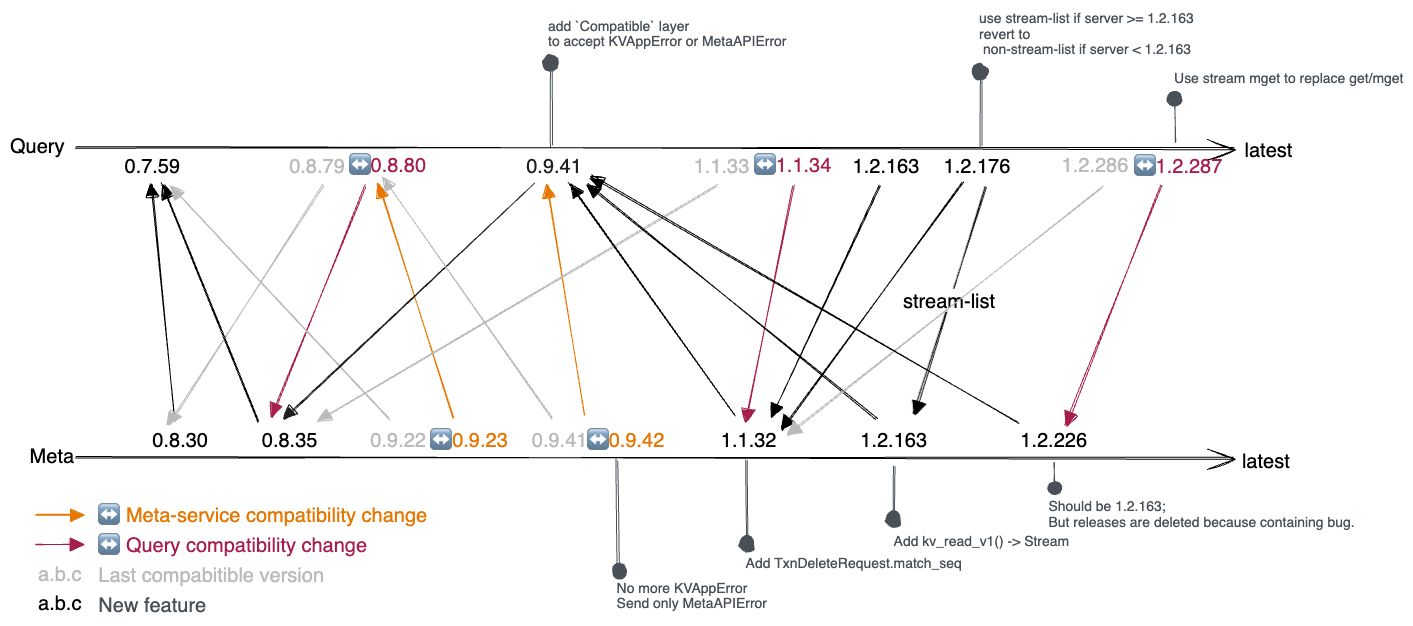
Before: docs/public/img/deploy/compatibility.excalidraw.png, a diagram exported from Excalidraw (databendlabs/databend-docs). Source tidied: one line per element, renumbered; positions are measured from the earlier drawing's top-left corner, leaving out a move shared by most shapes.
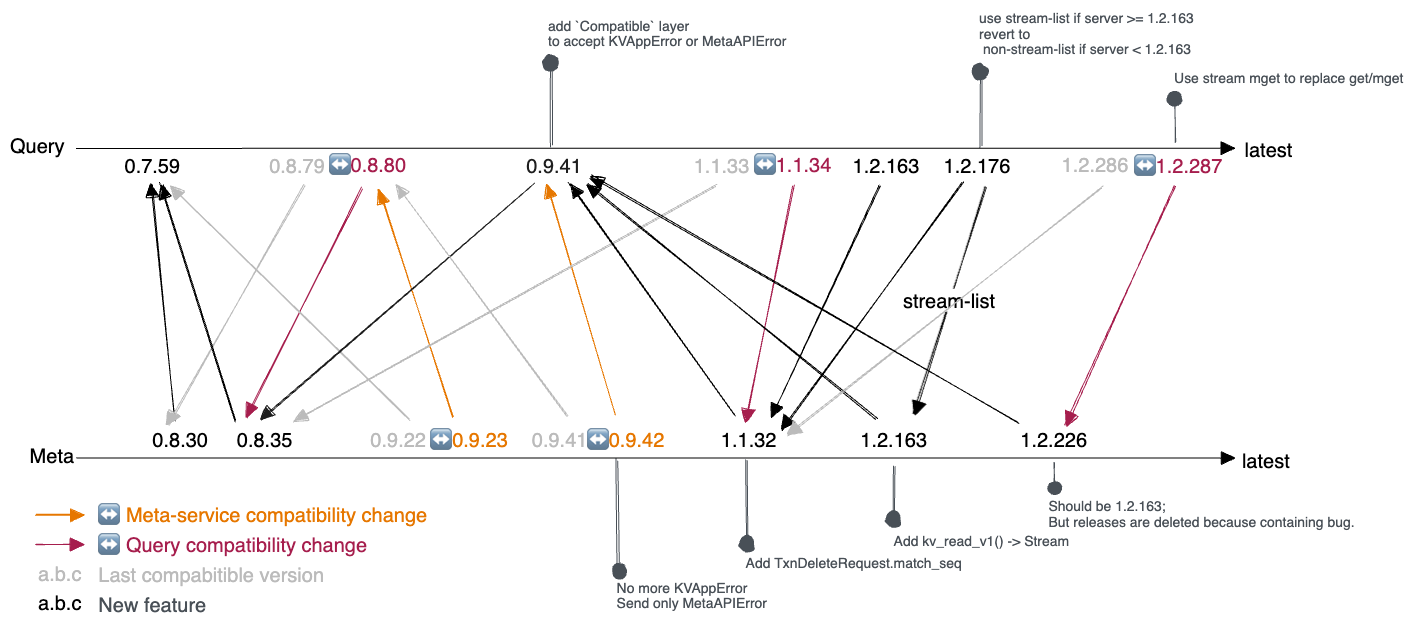
Later version of the same file.

Commit message:
feat: update compatibility for meta-query protocol

Diff of the diagram source:
```diff
@@ -1,20 +1,20 @@
-{"id": 0, "type": "arrow", "strokeColor": "#000000", "angle": 1.57, "strokeWidth": 1, "roughness": 1, "endArrowhead": "arrow", "round": true, "from": 3, "to": 11, "x": 646, "y": 1158, "width": 0, "height": 1158, "points": [[0, 0], [0, -1158]]}
+{"id": 0, "type": "arrow", "strokeColor": "#000000", "angle": 1.57, "strokeWidth": 1, "roughness": 0, "endArrowhead": "triangle", "round": true, "from": 3, "to": 11, "x": 646, "y": 1158, "width": 0, "height": 1158, "points": [[0, 0], [0, -1158]]}
-{"id": 1, "type": "arrow", "strokeColor": "#000000", "angle": 1.57, "strokeWidth": 1, "roughness": 1, "endArrowhead": "arrow", "round": true, "from": 2, "to": 10, "x": 646, "y": 1468, "width": 0, "height": 1158, "points": [[0, 0], [0, -1158]]}
+{"id": 1, "type": "arrow", "strokeColor": "#000000", "angle": 1.57, "strokeWidth": 1, "roughness": 0, "endArrowhead": "triangle", "round": true, "from": 2, "to": 10, "x": 646, "y": 1468, "width": 0, "height": 1158, "points": [[0, 0], [0, -1158]]}
 {"id": 2, "type": "text", "text": "Meta", "strokeColor": "#000000", "strokeWidth": 1, "roughness": 1, "fontSize": 20, "fontFamily": 2, "x": 20, "y": 875, "width": 44, "height": 23}
 {"id": 3, "type": "text", "text": "Query", "strokeColor": "#000000", "strokeWidth": 1, "roughness": 1, "fontSize": 20, "fontFamily": 2, "x": 0, "y": 565, "width": 54, "height": 23}
 {"id": 4, "type": "text", "text": "0.7.59", "strokeColor": "#000000", "strokeWidth": 1, "roughness": 1, "fontSize": 20, "fontFamily": 2, "x": 115, "y": 584, "width": 56, "height": 23}
 {"id": 5, "type": "text", "text": "0.8.30", "strokeColor": "#000000", "strokeWidth": 1, "roughness": 1, "fontSize": 20, "fontFamily": 2, "x": 142, "y": 859, "width": 56, "height": 23}
-{"id": 6, "type": "text", "text": "0.8.35", "strokeColor": "#000000", "strokeWidth": 1, "roughness": 1, "fontSize": 20, "fontFamily": 2, "x": 252, "y": 859, "width": 56, "height": 23}
+{"id": 6, "type": "text", "text": "0.8.35", "strokeColor": "#000000", "strokeWidth": 1, "roughness": 1, "fontSize": 20, "fontFamily": 2, "x": 227, "y": 859, "width": 56, "height": 23}
-{"id": 7, "type": "text", "text": "0.8.79", "strokeColor": "#bbb", "strokeWidth": 1, "roughness": 1, "fontSize": 20, "fontFamily": 2, "x": 279, "y": 584, "width": 56, "height": 23}
+{"id": 7, "type": "text", "text": "0.8.79", "strokeColor": "#bbb", "strokeWidth": 1, "roughness": 1, "fontSize": 20, "fontFamily": 2, "x": 259, "y": 584, "width": 56, "height": 23}
-{"id": 8, "type": "text", "text": "↔️0.8.80", "strokeColor": "#a61e4d", "strokeWidth": 1, "roughness": 1, "fontSize": 20, "fontFamily": 2, "x": 339, "y": 584, "width": 78, "height": 23}
+{"id": 8, "type": "text", "text": "↔️0.8.80", "strokeColor": "#a61e4d", "strokeWidth": 1, "roughness": 1, "fontSize": 20, "fontFamily": 2, "x": 319, "y": 584, "width": 78, "height": 23}
 {"id": 9, "type": "text", "text": "0.9.41", "strokeColor": "#1e1e1e", "strokeWidth": 1, "roughness": 1, "fontSize": 20, "fontFamily": 2, "x": 516, "y": 584, "width": 56, "height": 23}
 {"id": 10, "type": "text", "text": "latest", "strokeColor": "#000000", "strokeWidth": 1, "roughness": 1, "fontSize": 20, "fontFamily": 2, "x": 1232, "y": 879, "width": 48, "height": 23}
 {"id": 11, "type": "text", "text": "latest", "strokeColor": "#000000", "strokeWidth": 1, "roughness": 1, "fontSize": 20, "fontFamily": 2, "x": 1235, "y": 569, "width": 48, "height": 23}
 {"id": 12, "type": "arrow", "strokeColor": "#000000", "angle": 1.57, "strokeWidth": 1, "roughness": 1, "endArrowhead": "triangle", "round": true, "from": 5, "to": 4, "x": 271, "y": 721, "width": 236, "height": 23, "points": [[0, 0], [-236, 23]]}
-{"id": 13, "type": "arrow", "strokeColor": "#bbb", "angle": 1.57, "strokeWidth": 1, "roughness": 1, "endArrowhead": "triangle", "round": true, "from": 7, "to": 5, "x": 117, "y": 659, "width": 240, "height": 153, "points": [[0, 0], [240, 153]]}
+{"id": 13, "type": "arrow", "strokeColor": "#bbb", "angle": 1.57, "strokeWidth": 1, "roughness": 1, "endArrowhead": "triangle", "round": true, "from": 7, "to": 5, "x": 107, "y": 668, "width": 240, "height": 134, "points": [[0, 0], [240, 134]]}
-{"id": 14, "type": "arrow", "strokeColor": "#e67700", "angle": 1.57, "strokeWidth": 1, "roughness": 1, "endArrowhead": "triangle", "round": true, "from": 17, "to": 8, "x": 522, "y": 694, "width": 233, "height": 74, "points": [[0, 0], [-233, 74]]}
+{"id": 14, "type": "arrow", "strokeColor": "#e67700", "angle": 1.57, "strokeWidth": 1, "roughness": 1, "endArrowhead": "triangle", "round": true, "from": 17, "to": 8, "x": 519, "y": 697, "width": 226, "height": 73, "points": [[0, 0], [-226, 73]]}
-{"id": 15, "type": "arrow", "strokeColor": "#a61e4d", "angle": 1.57, "strokeWidth": 1, "roughness": 1, "endArrowhead": "triangle", "round": true, "from": 8, "to": 6, "x": 192, "y": 685, "width": 233, "height": 94, "points": [[0, 0], [233, 94]]}
+{"id": 15, "type": "arrow", "strokeColor": "#a61e4d", "angle": 1.57, "strokeWidth": 1, "roughness": 1, "endArrowhead": "triangle", "round": true, "from": 8, "to": 6, "x": 179, "y": 676, "width": 230, "height": 115, "points": [[0, 0], [230, 115]]}
-{"id": 16, "type": "arrow", "strokeColor": "#000000", "angle": 1.57, "strokeWidth": 1, "roughness": 1, "endArrowhead": "triangle", "round": true, "from": 6, "to": 4, "x": 320, "y": 684, "width": 239, "height": 97, "points": [[0, 0], [-239, 97]]}
+{"id": 16, "type": "arrow", "strokeColor": "#000000", "angle": 1.57, "strokeWidth": 1, "roughness": 1, "endArrowhead": "triangle", "round": true, "from": 6, "to": 4, "x": 307, "y": 694, "width": 239, "height": 76, "points": [[0, 0], [-239, 76]]}
 {"id": 17, "type": "text", "text": "↔️0.9.23", "strokeColor": "#e67700", "strokeWidth": 1, "roughness": 1, "fontSize": 20, "fontFamily": 2, "x": 420, "y": 859, "width": 78, "height": 23}
 {"id": 18, "type": "text", "text": "0.9.41", "strokeColor": "#bbb", "strokeWidth": 1, "roughness": 1, "fontSize": 20, "fontFamily": 2, "x": 522, "y": 859, "width": 56, "height": 23}
 {"id": 19, "type": "text", "text": "↔️0.9.42", "strokeColor": "#e67700", "strokeWidth": 1, "roughness": 1, "fontSize": 20, "fontFamily": 2, "x": 577, "y": 859, "width": 78, "height": 23}
@@ -22,10 +22,10 @@
 {"id": 21, "type": "text", "text": "↔️1.1.34", "strokeColor": "#a61e4d", "strokeWidth": 1, "roughness": 1, "fontSize": 20, "fontFamily": 2, "x": 744, "y": 584, "width": 78, "height": 23}
 {"id": 22, "type": "text", "text": "1.1.33", "strokeColor": "#bbb", "strokeWidth": 1, "roughness": 1, "fontSize": 20, "fontFamily": 2, "x": 684, "y": 584, "width": 56, "height": 23}
 {"id": 23, "type": "text", "text": "0.9.22", "strokeColor": "#bbb", "strokeWidth": 1, "roughness": 1, "fontSize": 20, "fontFamily": 2, "x": 360, "y": 859, "width": 56, "height": 23}
-{"id": 24, "type": "arrow", "strokeColor": "#bbb", "angle": 1.57, "strokeWidth": 1, "roughness": 1, "endArrowhead": "triangle", "round": true, "from": 23, "to": 4, "x": 386, "y": 624, "width": 232, "height": 218, "points": [[0, 0], [-232, 218]]}
+{"id": 24, "type": "arrow", "strokeColor": "#bbb", "angle": 1.57, "strokeWidth": 1, "roughness": 1, "endArrowhead": "triangle", "round": true, "from": 23, "to": 4, "x": 396, "y": 614, "width": 232, "height": 238, "points": [[0, 0], [-232, 238]]}
-{"id": 25, "type": "arrow", "strokeColor": "#1e1e1e", "angle": 1.57, "strokeWidth": 1, "roughness": 1, "endArrowhead": "triangle", "round": true, "to": 6, "x": 282, "y": 608, "width": 235, "height": 249, "points": [[0, 0], [235, 249]]}
+{"id": 25, "type": "arrow", "strokeColor": "#1e1e1e", "angle": 1.57, "strokeWidth": 1, "roughness": 1, "endArrowhead": "triangle", "round": true, "to": 6, "x": 270, "y": 597, "width": 236, "height": 272, "points": [[0, 0], [236, 272]]}
-{"id": 26, "type": "arrow", "strokeColor": "#e67700", "angle": 1.57, "strokeWidth": 1, "roughness": 1, "endArrowhead": "triangle", "round": true, "from": 19, "to": 9, "x": 671, "y": 711, "width": 231, "height": 38, "points": [[0, 0], [-231, 38]]}
+{"id": 26, "type": "arrow", "strokeColor": "#e67700", "angle": 1.57, "strokeWidth": 1, "roughness": 1, "endArrowhead": "triangle", "round": true, "from": 19, "to": 9, "x": 686, "y": 696, "width": 230, "height": 69, "points": [[0, 0], [-230, 69]]}
-{"id": 27, "type": "arrow", "strokeColor": "#bbb", "angle": 1.57, "strokeWidth": 1, "roughness": 1, "endArrowhead": "triangle", "round": true, "from": 18, "to": 8, "x": 579, "y": 644, "width": 241, "height": 170, "points": [[0, 0], [-241, 170]]}
+{"id": 27, "type": "arrow", "strokeColor": "#bbb", "angle": 1.57, "strokeWidth": 1, "roughness": 1, "endArrowhead": "triangle", "round": true, "from": 18, "to": 8, "x": 588, "y": 645, "width": 231, "height": 172, "points": [[0, 0], [-231, 172]]}
 {"id": 28, "type": "text", "text": "add `Compatible` layer\nto accept KVAppError or MetaAPIError", "strokeColor": "#495057", "strokeWidth": 1, "roughness": 1, "fontSize": 13.94, "fontFamily": 2, "x": 538, "y": 449, "width": 238, "height": 31}
 {"id": 29, "type": "text", "text": "use stream-list if server >= 1.2.163\nrevert to\n non-stream-list if server < 1.2.163", "strokeColor": "#495057", "strokeWidth": 1, "roughness": 1, "fontSize": 13.94, "fontFamily": 2, "x": 969, "y": 441, "width": 215, "height": 46}
 {"id": 30, "type": "text", "text": "Use stream mget to replace get/mget", "strokeColor": "#495057", "strokeWidth": 1, "roughness": 1, "fontSize": 13.94, "fontFamily": 2, "x": 1164, "y": 501, "width": 229, "height": 15}
@@ -37,7 +37,7 @@
 {"id": 36, "type": "text", "text": "No more KVAppError\nSend only MetaAPIError", "strokeColor": "#495057", "strokeWidth": 1, "roughness": 1, "fontSize": 13.94, "fontFamily": 2, "x": 607, "y": 1011, "width": 150, "height": 31}
 {"id": 37, "type": "text", "text": "Add TxnDeleteRequest.match_seq", "strokeColor": "#495057", "strokeWidth": 1, "roughness": 1, "fontSize": 13.94, "fontFamily": 2, "x": 736, "y": 986, "width": 216, "height": 16}
 {"id": 38, "type": "arrow", "strokeColor": "#a61e4d", "strokeWidth": 1, "roughness": 1, "endArrowhead": "triangle", "round": true, "from": 21, "to": 20, "x": 784, "y": 617, "width": 47, "height": 235, "points": [[0, 0], [-47, 235]]}
-{"id": 39, "type": "arrow", "strokeColor": "#bbb", "strokeWidth": 1, "roughness": 1, "endArrowhead": "triangle", "round": true, "from": 22, "to": 6, "x": 707, "y": 616, "width": 400, "height": 236, "points": [[0, 0], [-400, 236]]}
+{"id": 39, "type": "arrow", "strokeColor": "#bbb", "strokeWidth": 1, "roughness": 1, "endArrowhead": "triangle", "round": true, "from": 22, "to": 6, "x": 706, "y": 616, "width": 422, "height": 236, "points": [[0, 0], [-422, 236]]}
 {"id": 40, "type": "arrow", "strokeColor": "#000000", "strokeWidth": 1, "roughness": 1, "endArrowhead": "triangle", "round": true, "from": 20, "to": 9, "x": 725, "y": 846, "width": 166, "height": 233, "points": [[0, 0], [-166, -233]]}
 {"id": 41, "type": "arrow", "strokeColor": "#e67700", "strokeWidth": 1, "roughness": 1, "endArrowhead": "triangle", "round": true, "to": 43, "x": 26, "y": 946, "width": 48, "height": 0, "points": [[0, 0], [48, 0]]}
 {"id": 42, "type": "arrow", "strokeColor": "#a61e4d", "strokeWidth": 1, "roughness": 1, "endArrowhead": "triangle", "round": true, "to": 44, "x": 26, "y": 976, "width": 48, "height": 0, "points": [[0, 0], [48, 0]]}
@@ -63,5 +63,5 @@
 {"id": 62, "type": "arrow", "strokeColor": "#495057", "strokeWidth": 1, "roughness": 1, "endArrowhead": "dot", "round": true, "from": 49, "to": 60, "x": 885, "y": 897, "width": 0, "height": 55, "points": [[0, 0], [0, 55]]}
 {"id": 63, "type": "arrow", "strokeColor": "#495057", "strokeWidth": 1, "roughness": 1, "endArrowhead": "dot", "round": true, "from": 50, "to": 61, "x": 1044, "y": 894, "width": 0, "height": 26, "points": [[0, 0], [0, 26]]}
 {"id": 64, "type": "arrow", "strokeColor": "#bbb", "strokeWidth": 1, "roughness": 1, "endArrowhead": "triangle", "round": true, "from": 53, "to": 20, "x": 1093, "y": 617, "width": 316, "height": 249, "points": [[0, 0], [-316, 249]]}
-{"id": 65, "type": "arrow", "strokeColor": "#a61e4d", "strokeWidth": 1, "roughness": 1, "endArrowhead": "triangle", "round": true, "from": 54, "to": 50, "x": 1152, "y": 615, "width": 96, "height": 241, "points": [[0, 0], [-96, 241]]}
+{"id": 65, "type": "arrow", "strokeColor": "#a61e4d", "strokeWidth": 1, "roughness": 1, "endArrowhead": "triangle", "round": true, "from": 54, "to": 50, "x": 1165, "y": 616, "width": 110, "height": 240, "points": [[0, 0], [-110, 240]]}
 {"id": 66, "type": "arrow", "strokeColor": "#000000", "strokeWidth": 1, "roughness": 1, "endArrowhead": "triangle", "round": true, "from": 50, "to": 9, "x": 1008, "y": 854, "width": 426, "height": 249, "points": [[0, 0], [-426, -249]]}
```
